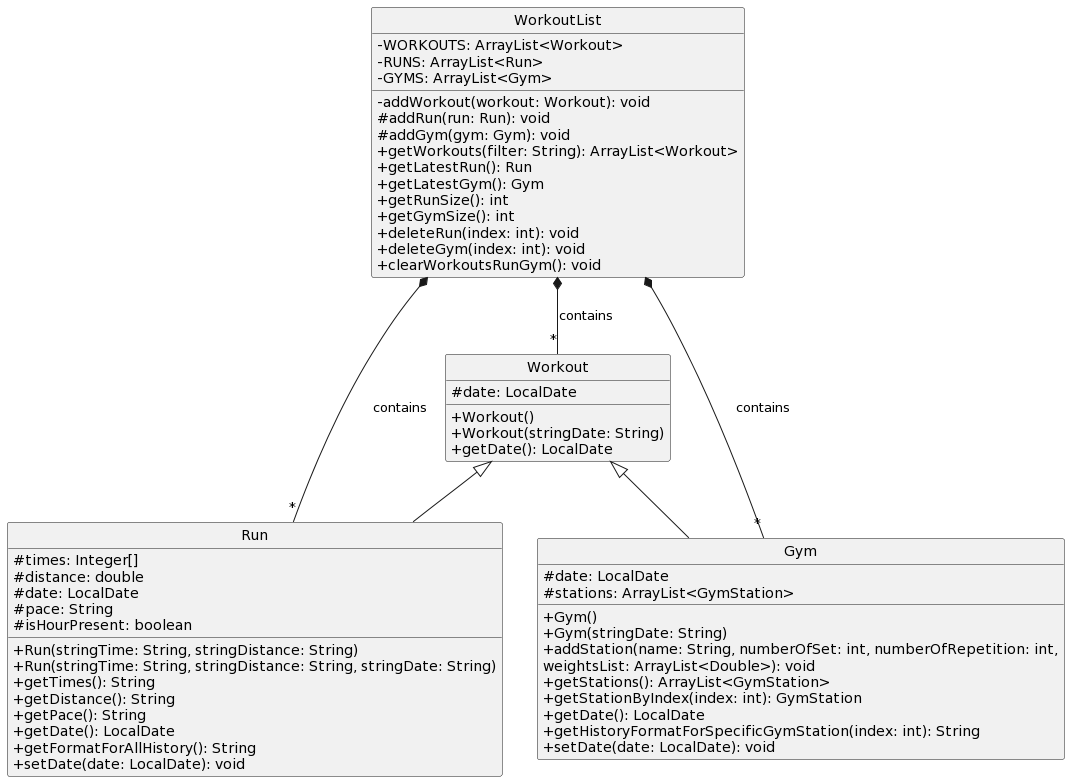
rouvinerh/tp keeps this PlantUML diagram as docs/img/class_diagrams/workoutlist_class_diagram.png. Above is the earlier version. Source of this version:
```plantuml
@startuml
skinparam classAttributeIconSize 0
hide circle
!define ABSTRACT &#123;abstract&#125;


class WorkoutList {
    - WORKOUTS: ArrayList<Workout>
    - RUNS: ArrayList<Run>
    - GYMS: ArrayList<Gym>

    - addWorkout(workout: Workout): void
    # addRun(run: Run): void
    # addGym(gym: Gym): void
    + getWorkouts(filter: String): ArrayList<Workout>
    + getLatestRun(): Run
    + getLatestGym(): Gym
    + getRunSize(): int
    + getGymSize(): int
    + deleteRun(index: int): void
    + deleteGym(index: int): void
    + clearWorkoutsRunGym(): void
}

class Workout  {
    # date: LocalDate
    + Workout()
    + Workout(stringDate: String)
    + getDate(): LocalDate
}

class Run extends Workout {
    # times: Integer[]
    # distance: double
    # date: LocalDate
    # pace: String
    # isHourPresent: boolean

    + Run(stringTime: String, stringDistance: String)
    + Run(stringTime: String, stringDistance: String, stringDate: String)
    + getTimes(): String
    + getDistance(): String
    + getPace(): String
    + getDate(): LocalDate
    + getFormatForAllHistory(): String
    + setDate(date: LocalDate): void
}

class Gym extends Workout {
    # date: LocalDate
    # stations: ArrayList<GymStation>

    + Gym()
    + Gym(stringDate: String)
    + addStation(name: String, numberOfSet: int, numberOfRepetition: int,
    weightsList: ArrayList<Double>): void
    + getStations(): ArrayList<GymStation>
    + getStationByIndex(index: int): GymStation
    + getDate(): LocalDate
    + getHistoryFormatForSpecificGymStation(index: int): String
    + setDate(date: LocalDate): void

}


WorkoutList *-- "*" Run : contains
WorkoutList *-- "*" Gym : contains
WorkoutList *-- "*" Workout : contains
@enduml
```
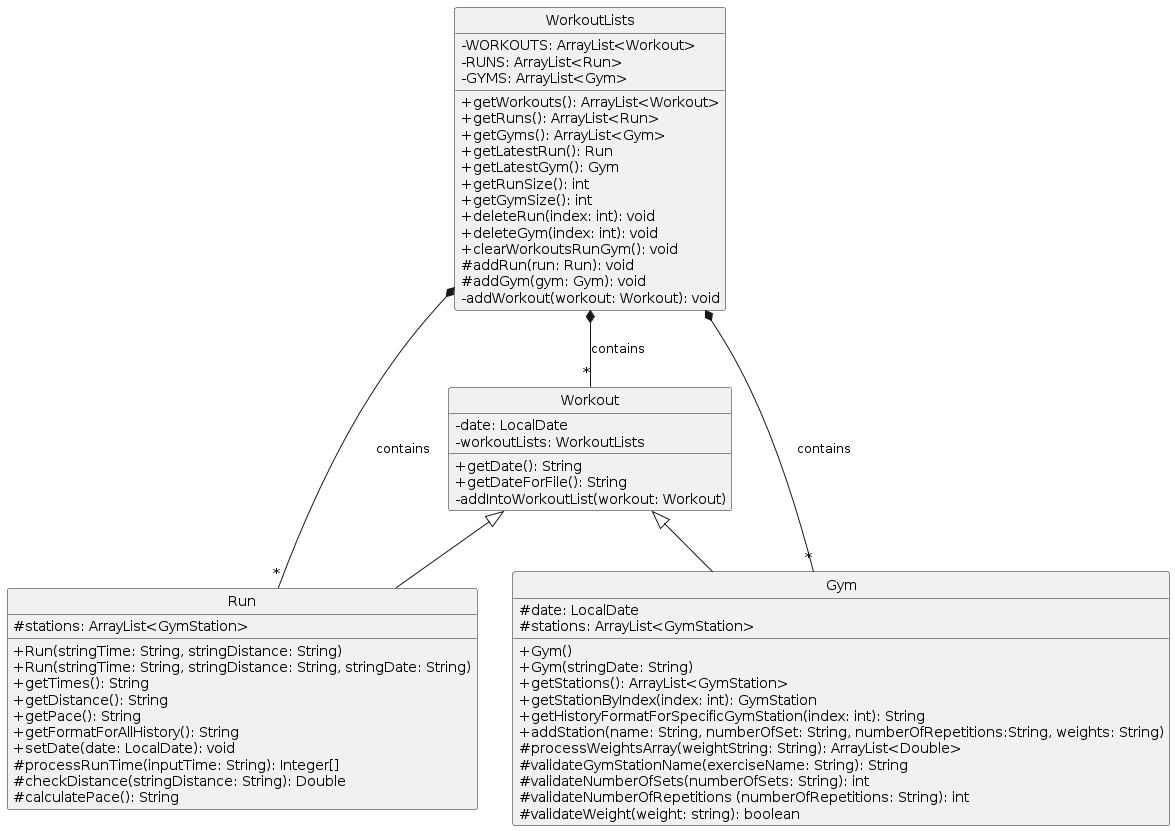
After the commit.

Diff of the diagram source:
```diff
@@ -4,15 +4,14 @@
 !define ABSTRACT &#123;abstract&#125;
 
 
-class WorkoutList {
+class WorkoutLists {
     - WORKOUTS: ArrayList<Workout>
     - RUNS: ArrayList<Run>
     - GYMS: ArrayList<Gym>
 
-    - addWorkout(workout: Workout): void
-    # addRun(run: Run): void
-    # addGym(gym: Gym): void
-    + getWorkouts(filter: String): ArrayList<Workout>
+    + getWorkouts(): ArrayList<Workout>
+    + getRuns(): ArrayList<Run>
+    + getGyms(): ArrayList<Gym>
     + getLatestRun(): Run
     + getLatestGym(): Gym
     + getRunSize(): int
@@ -20,30 +19,33 @@
     + deleteRun(index: int): void
     + deleteGym(index: int): void
     + clearWorkoutsRunGym(): void
+    # addRun(run: Run): void
+    # addGym(gym: Gym): void
+    - addWorkout(workout: Workout): void
 }
 
 class Workout  {
-    # date: LocalDate
-    + Workout()
-    + Workout(stringDate: String)
-    + getDate(): LocalDate
+    - date: LocalDate
+    - workoutLists: WorkoutLists
+
+    + getDate(): String
+    + getDateForFile(): String
+    - addIntoWorkoutList(workout: Workout)
 }
 
 class Run extends Workout {
-    # times: Integer[]
-    # distance: double
-    # date: LocalDate
-    # pace: String
-    # isHourPresent: boolean
+    # stations: ArrayList<GymStation>
 
     + Run(stringTime: String, stringDistance: String)
     + Run(stringTime: String, stringDistance: String, stringDate: String)
     + getTimes(): String
     + getDistance(): String
     + getPace(): String
-    + getDate(): LocalDate
     + getFormatForAllHistory(): String
     + setDate(date: LocalDate): void
+    # processRunTime(inputTime: String): Integer[]
+    # checkDistance(stringDistance: String): Double
+    # calculatePace(): String
 }
 
 class Gym extends Workout {
@@ -52,18 +54,19 @@
 
     + Gym()
     + Gym(stringDate: String)
-    + addStation(name: String, numberOfSet: int, numberOfRepetition: int,
-    weightsList: ArrayList<Double>): void
     + getStations(): ArrayList<GymStation>
     + getStationByIndex(index: int): GymStation
-    + getDate(): LocalDate
     + getHistoryFormatForSpecificGymStation(index: int): String
-    + setDate(date: LocalDate): void
-
+    + addStation(name: String, numberOfSet: String, numberOfRepetitions:String, weights: String)
+    # processWeightsArray(weightString: String): ArrayList<Double>
+    # validateGymStationName(exerciseName: String): String
+    # validateNumberOfSets(numberOfSets: String): int
+    # validateNumberOfRepetitions (numberOfRepetitions: String): int
+    # validateWeight(weight: string): boolean
 }
 
 
-WorkoutList *-- "*" Run : contains
-WorkoutList *-- "*" Gym : contains
-WorkoutList *-- "*" Workout : contains
+WorkoutLists *-- "*" Run : contains
+WorkoutLists *-- "*" Gym : contains
+WorkoutLists *-- "*" Workout : contains
 @enduml
```
